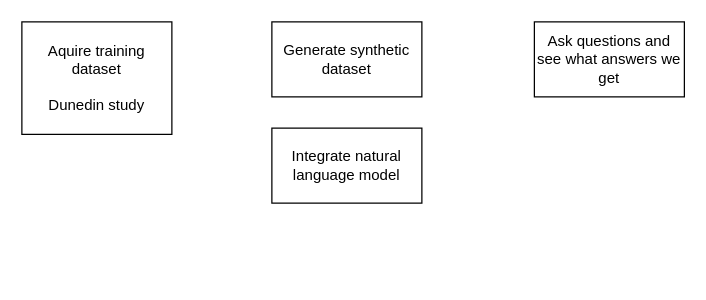
Earlier version of the draw.io diagram master-plan.drawio (cgbarlow/synth-soc). Source tidied: cells renumbered, new cells numbered last; positions are measured from the earlier drawing's top-left corner, leaving out a move shared by most shapes. Both pictures are drawn from the tidied source at 125%, with x=0, y=0 at pixel (21, 21).
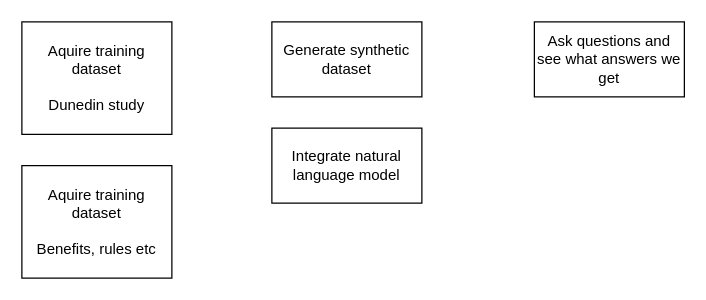
The same diagram, later.

What changed in the source:
```diff
@@
 <mxGraphModel>
   <root>
     <mxCell id="0" />
     <mxCell id="1" parent="0" />
     <mxCell id="2" value="Generate synthetic dataset" style="rounded=0;whiteSpace=wrap;html=1;" parent="1" vertex="1">
       <mxGeometry x="200" width="120" height="60" as="geometry" />
     </mxCell>
     <mxCell id="3" value="Aquire training dataset&lt;br&gt;&lt;br&gt;Dunedin study&lt;br&gt;" style="rounded=0;whiteSpace=wrap;html=1;" parent="1" vertex="1">
       <mxGeometry width="120" height="90" as="geometry" />
     </mxCell>
     <mxCell id="4" value="Integrate natural language model" style="rounded=0;whiteSpace=wrap;html=1;" parent="1" vertex="1">
       <mxGeometry x="200" y="85" width="120" height="60" as="geometry" />
     </mxCell>
     <mxCell id="5" value="Ask questions and see what answers we get" style="rounded=0;whiteSpace=wrap;html=1;" parent="1" vertex="1">
       <mxGeometry x="410" width="120" height="60" as="geometry" />
     </mxCell>
+    <mxCell id="6" value="Aquire training dataset&lt;br&gt;&lt;br&gt;Benefits, rules etc" style="rounded=0;whiteSpace=wrap;html=1;" parent="1" vertex="1">
+      <mxGeometry y="115" width="120" height="90" as="geometry" />
+    </mxCell>
   </root>
 </mxGraphModel>
```
